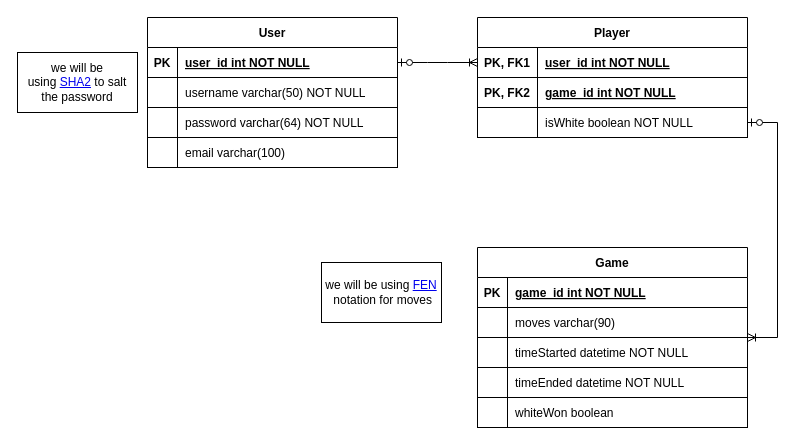
Earlier version of the draw.io diagram public/nea/Designed SQL.drawio (Ultrasonic1209/chess-app-frontend). Source tidied: cells renumbered, new cells numbered last; positions are measured from the earlier drawing's top-left corner, leaving out a move shared by most shapes. Both pictures are drawn from the tidied source at 100%, with x=0, y=0 at pixel (17, 17).
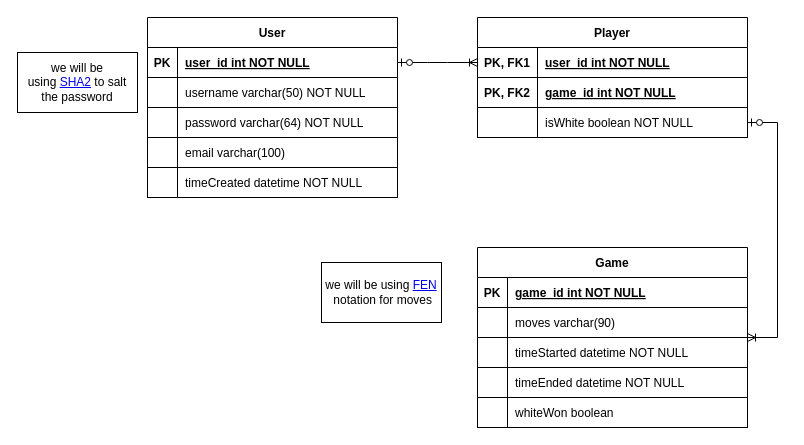
The same diagram, later.

Diff of the diagram source:
```diff
@@
     <mxCell id="12" value="User" style="shape=table;startSize=30;childLayout=tableLayout;rowLines=0;fontStyle=1;align=center;" parent="1" vertex="1">
-      <mxGeometry x="130" width="250" height="150" as="geometry" />
+      <mxGeometry x="130" width="250" height="180" as="geometry" />
     </mxCell>
@@
+    <mxCell id="45" style="shape=partialRectangle;fillColor=none;top=0;left=0;right=0;bottom=0;" parent="12" vertex="1">
+      <mxGeometry y="150" width="250" height="30" as="geometry" />
+    </mxCell>
+    <mxCell id="46" style="shape=partialRectangle;overflow=hidden;fillColor=none;top=0;left=0;bottom=1;right=0;" parent="45" vertex="1">
+      <mxGeometry width="30" height="30" as="geometry" />
+    </mxCell>
+    <mxCell id="47" value="timeCreated datetime NOT NULL" style="shape=partialRectangle;overflow=hidden;fillColor=none;top=0;left=0;bottom=1;right=0;align=left;spacingLeft=6;" parent="45" vertex="1">
+      <mxGeometry x="30" width="220" height="30" as="geometry" />
+    </mxCell>
```
